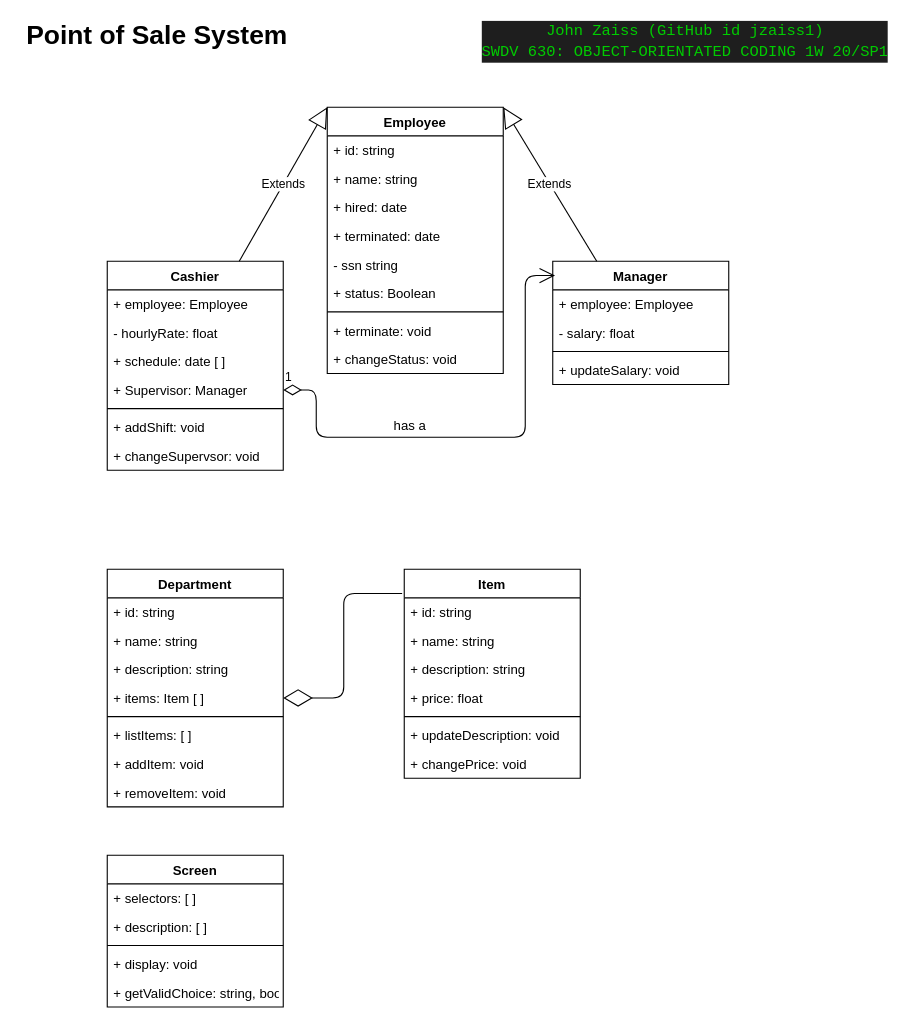
Earlier version of the draw.io diagram docs/pos-class-diagram-swdv630-jzaiss1.drawio (jzaiss1/swdv630-final-project). Source tidied: cells renumbered, new cells numbered last; positions are measured from the earlier drawing's top-left corner, leaving out a move shared by most shapes. Both pictures are drawn from the tidied source at 110%, with x=0, y=0 at pixel (19, 19).
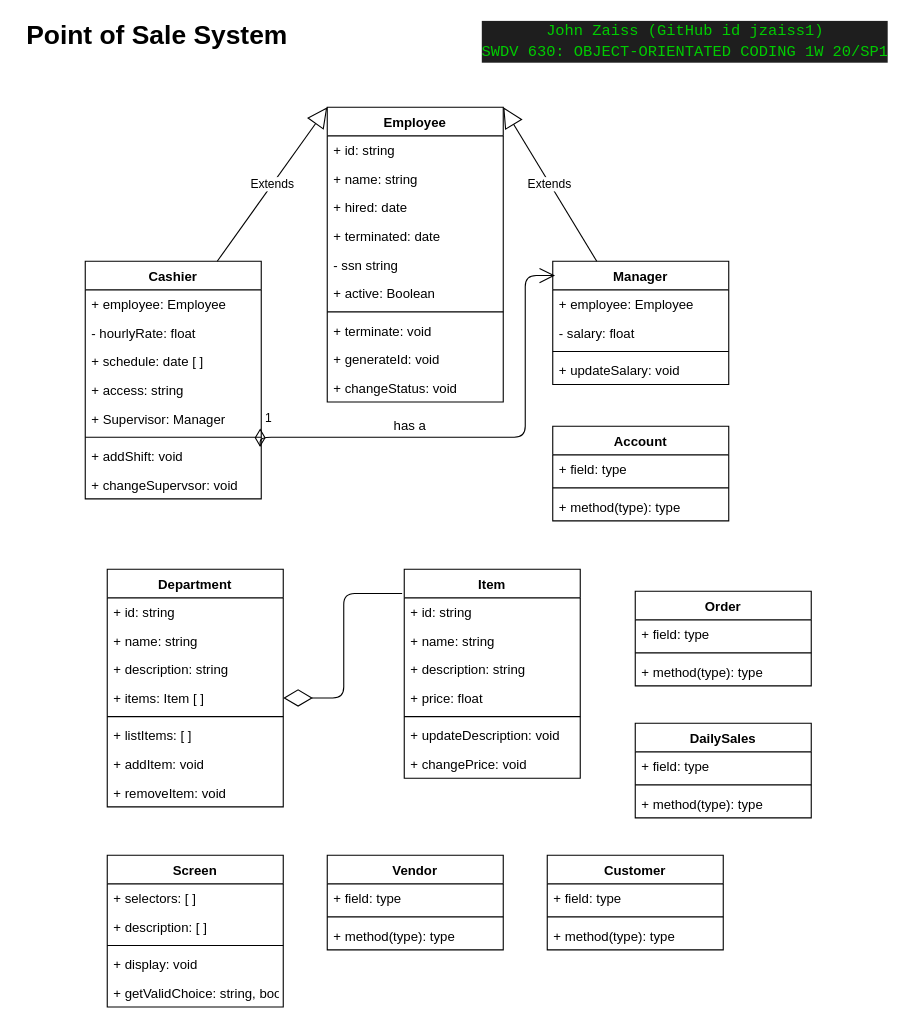
After the change.

The change refers to these unchanged cells:
```xml
<mxCell id="40" value="Manager" style="swimlane;fontStyle=1;align=center;verticalAlign=top;horizontal=1;startSize=26;" parent="1" vertex="1">
  <mxGeometry x="485" y="220" width="160" height="112" as="geometry" />
</mxCell>
```

The edit, as a diff of the source:
```diff
@@
     <mxCell id="2" value="Employee" style="swimlane;fontStyle=1;align=center;verticalAlign=top;horizontal=1;startSize=26;" parent="1" vertex="1">
-      <mxGeometry x="280" y="80" width="160" height="242" as="geometry" />
+      <mxGeometry x="280" y="80" width="160" height="268" as="geometry" />
     </mxCell>
@@
-    <mxCell id="8" value="+ status: Boolean" style="text;strokeColor=none;fillColor=none;align=left;verticalAlign=top;spacingLeft=4;spacingRight=4;overflow=hidden;" parent="2" vertex="1">
+    <mxCell id="8" value="+ active: Boolean" style="text;strokeColor=none;fillColor=none;align=left;verticalAlign=top;spacingLeft=4;spacingRight=4;overflow=hidden;" parent="2" vertex="1">
       <mxGeometry y="156" width="160" height="26" as="geometry" />
     </mxCell>
@@
+    <mxCell id="55" value="+ generateId: void" style="text;strokeColor=none;fillColor=none;align=left;verticalAlign=top;spacingLeft=4;spacingRight=4;overflow=hidden;" parent="2" vertex="1">
+      <mxGeometry y="216" width="160" height="26" as="geometry" />
+    </mxCell>
     <mxCell id="11" value="+ changeStatus: void" style="text;strokeColor=none;fillColor=none;align=left;verticalAlign=top;spacingLeft=4;spacingRight=4;overflow=hidden;" parent="2" vertex="1">
-      <mxGeometry y="216" width="160" height="26" as="geometry" />
+      <mxGeometry y="242" width="160" height="26" as="geometry" />
     </mxCell>
@@
     <mxCell id="32" value="Cashier" style="swimlane;fontStyle=1;align=center;verticalAlign=top;horizontal=1;startSize=26;" parent="1" vertex="1">
-      <mxGeometry x="80" y="220" width="160" height="190" as="geometry" />
+      <mxGeometry x="60" y="220" width="160" height="216" as="geometry" />
     </mxCell>
@@
+    <mxCell id="56" value="+ access: string" style="text;strokeColor=none;fillColor=none;align=left;verticalAlign=top;spacingLeft=4;spacingRight=4;overflow=hidden;" parent="32" vertex="1">
+      <mxGeometry y="104" width="160" height="26" as="geometry" />
+    </mxCell>
     <mxCell id="36" value="+ Supervisor: Manager" style="text;strokeColor=none;fillColor=none;align=left;verticalAlign=top;spacingLeft=4;spacingRight=4;overflow=hidden;points=[[0,0.5],[1,0.5]];portConstraint=eastwest;" parent="32" vertex="1">
-      <mxGeometry y="104" width="160" height="26" as="geometry" />
+      <mxGeometry y="130" width="160" height="26" as="geometry" />
     </mxCell>
     <mxCell id="37" style="line;strokeWidth=1;fillColor=none;align=left;verticalAlign=middle;spacingTop=-1;spacingLeft=3;spacingRight=3;labelPosition=right;" parent="32" vertex="1">
-      <mxGeometry y="130" width="160" height="8" as="geometry" />
+      <mxGeometry y="156" width="160" height="8" as="geometry" />
     </mxCell>
     <mxCell id="38" value="+ addShift: void" style="text;strokeColor=none;fillColor=none;align=left;verticalAlign=top;spacingLeft=4;spacingRight=4;overflow=hidden;" parent="32" vertex="1">
-      <mxGeometry y="138" width="160" height="26" as="geometry" />
+      <mxGeometry y="164" width="160" height="26" as="geometry" />
     </mxCell>
     <mxCell id="39" value="+ changeSupervsor: void" style="text;strokeColor=none;fillColor=none;align=left;verticalAlign=top;spacingLeft=4;spacingRight=4;overflow=hidden;" parent="32" vertex="1">
-      <mxGeometry y="164" width="160" height="26" as="geometry" />
+      <mxGeometry y="190" width="160" height="26" as="geometry" />
     </mxCell>
@@
-    <mxCell id="47" value="1" style="endArrow=open;html=1;endSize=12;startArrow=diamondThin;startSize=14;startFill=0;edgeStyle=orthogonalEdgeStyle;align=left;verticalAlign=bottom;exitX=1;exitY=0.5;exitDx=0;exitDy=0;entryX=0.013;entryY=0.116;entryDx=0;entryDy=0;entryPerimeter=0;" parent="1" edge="1" source="36" target="40">
+    <mxCell id="47" value="1" style="endArrow=open;html=1;endSize=12;startArrow=diamondThin;startSize=14;startFill=0;edgeStyle=orthogonalEdgeStyle;align=left;verticalAlign=bottom;entryX=0.013;entryY=0.116;entryDx=0;entryDy=0;entryPerimeter=0;exitX=0.994;exitY=0.846;exitDx=0;exitDy=0;exitPerimeter=0;" parent="1" edge="1" source="36" target="40">
       <mxGeometry x="-1" y="3" relative="1" as="geometry">
         <Array as="points">
-          <mxPoint x="270" y="337" />
-          <mxPoint x="270" y="380" />
+          <mxPoint x="219" y="380" />
           <mxPoint x="460" y="380" />
           <mxPoint x="460" y="233" />
         </Array>
       </mxGeometry>
     </mxCell>
@@
+    <mxCell id="57" value="Account" style="swimlane;fontStyle=1;align=center;verticalAlign=top;horizontal=1;startSize=26;" parent="1" vertex="1">
+      <mxGeometry x="485" y="370" width="160" height="86" as="geometry" />
+    </mxCell>
+    <mxCell id="58" value="+ field: type" style="text;strokeColor=none;fillColor=none;align=left;verticalAlign=top;spacingLeft=4;spacingRight=4;overflow=hidden;" parent="57" vertex="1">
+      <mxGeometry y="26" width="160" height="26" as="geometry" />
+    </mxCell>
+    <mxCell id="59" style="line;strokeWidth=1;fillColor=none;align=left;verticalAlign=middle;spacingTop=-1;spacingLeft=3;spacingRight=3;labelPosition=right;" parent="57" vertex="1">
+      <mxGeometry y="52" width="160" height="8" as="geometry" />
+    </mxCell>
+    <mxCell id="60" value="+ method(type): type" style="text;strokeColor=none;fillColor=none;align=left;verticalAlign=top;spacingLeft=4;spacingRight=4;overflow=hidden;" parent="57" vertex="1">
+      <mxGeometry y="60" width="160" height="26" as="geometry" />
+    </mxCell>
+    <mxCell id="61" value="Vendor" style="swimlane;fontStyle=1;align=center;verticalAlign=top;horizontal=1;startSize=26;" parent="1" vertex="1">
+      <mxGeometry x="280" y="760" width="160" height="86" as="geometry" />
+    </mxCell>
+    <mxCell id="62" value="+ field: type" style="text;strokeColor=none;fillColor=none;align=left;verticalAlign=top;spacingLeft=4;spacingRight=4;overflow=hidden;" parent="61" vertex="1">
+      <mxGeometry y="26" width="160" height="26" as="geometry" />
+    </mxCell>
+    <mxCell id="63" style="line;strokeWidth=1;fillColor=none;align=left;verticalAlign=middle;spacingTop=-1;spacingLeft=3;spacingRight=3;labelPosition=right;" parent="61" vertex="1">
+      <mxGeometry y="52" width="160" height="8" as="geometry" />
+    </mxCell>
+    <mxCell id="64" value="+ method(type): type" style="text;strokeColor=none;fillColor=none;align=left;verticalAlign=top;spacingLeft=4;spacingRight=4;overflow=hidden;" parent="61" vertex="1">
+      <mxGeometry y="60" width="160" height="26" as="geometry" />
+    </mxCell>
+    <mxCell id="65" value="Customer" style="swimlane;fontStyle=1;align=center;verticalAlign=top;horizontal=1;startSize=26;" parent="1" vertex="1">
+      <mxGeometry x="480" y="760" width="160" height="86" as="geometry" />
+    </mxCell>
+    <mxCell id="66" value="+ field: type" style="text;strokeColor=none;fillColor=none;align=left;verticalAlign=top;spacingLeft=4;spacingRight=4;overflow=hidden;" parent="65" vertex="1">
+      <mxGeometry y="26" width="160" height="26" as="geometry" />
+    </mxCell>
+    <mxCell id="67" style="line;strokeWidth=1;fillColor=none;align=left;verticalAlign=middle;spacingTop=-1;spacingLeft=3;spacingRight=3;labelPosition=right;" parent="65" vertex="1">
+      <mxGeometry y="52" width="160" height="8" as="geometry" />
+    </mxCell>
+    <mxCell id="68" value="+ method(type): type" style="text;strokeColor=none;fillColor=none;align=left;verticalAlign=top;spacingLeft=4;spacingRight=4;overflow=hidden;" parent="65" vertex="1">
+      <mxGeometry y="60" width="160" height="26" as="geometry" />
+    </mxCell>
+    <mxCell id="69" value="Order" style="swimlane;fontStyle=1;align=center;verticalAlign=top;horizontal=1;startSize=26;" parent="1" vertex="1">
+      <mxGeometry x="560" y="520" width="160" height="86" as="geometry" />
+    </mxCell>
+    <mxCell id="70" value="+ field: type" style="text;strokeColor=none;fillColor=none;align=left;verticalAlign=top;spacingLeft=4;spacingRight=4;overflow=hidden;" parent="69" vertex="1">
+      <mxGeometry y="26" width="160" height="26" as="geometry" />
+    </mxCell>
+    <mxCell id="71" style="line;strokeWidth=1;fillColor=none;align=left;verticalAlign=middle;spacingTop=-1;spacingLeft=3;spacingRight=3;labelPosition=right;" parent="69" vertex="1">
+      <mxGeometry y="52" width="160" height="8" as="geometry" />
+    </mxCell>
+    <mxCell id="72" value="+ method(type): type" style="text;strokeColor=none;fillColor=none;align=left;verticalAlign=top;spacingLeft=4;spacingRight=4;overflow=hidden;" parent="69" vertex="1">
+      <mxGeometry y="60" width="160" height="26" as="geometry" />
+    </mxCell>
+    <mxCell id="73" value="DailySales" style="swimlane;fontStyle=1;align=center;verticalAlign=top;horizontal=1;startSize=26;" parent="1" vertex="1">
+      <mxGeometry x="560" y="640" width="160" height="86" as="geometry" />
+    </mxCell>
+    <mxCell id="74" value="+ field: type" style="text;strokeColor=none;fillColor=none;align=left;verticalAlign=top;spacingLeft=4;spacingRight=4;overflow=hidden;" parent="73" vertex="1">
+      <mxGeometry y="26" width="160" height="26" as="geometry" />
+    </mxCell>
+    <mxCell id="75" style="line;strokeWidth=1;fillColor=none;align=left;verticalAlign=middle;spacingTop=-1;spacingLeft=3;spacingRight=3;labelPosition=right;" parent="73" vertex="1">
+      <mxGeometry y="52" width="160" height="8" as="geometry" />
+    </mxCell>
+    <mxCell id="76" value="+ method(type): type" style="text;strokeColor=none;fillColor=none;align=left;verticalAlign=top;spacingLeft=4;spacingRight=4;overflow=hidden;" parent="73" vertex="1">
+      <mxGeometry y="60" width="160" height="26" as="geometry" />
+    </mxCell>
```
